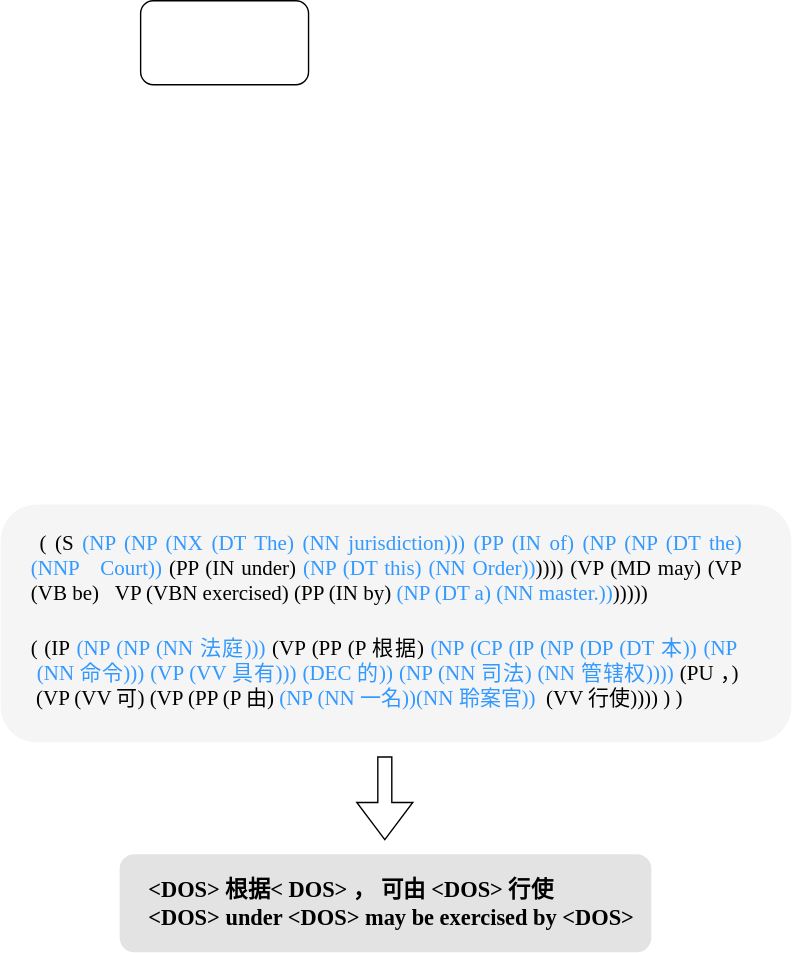
vicozee123/copyisallyouneed keeps this draw.io diagram as demo.drawio.svg. Above is the earlier version. Source tidied: cells renumbered, new cells last; positions are measured from the earlier drawing's top-left corner, leaving out a move shared by most shapes.
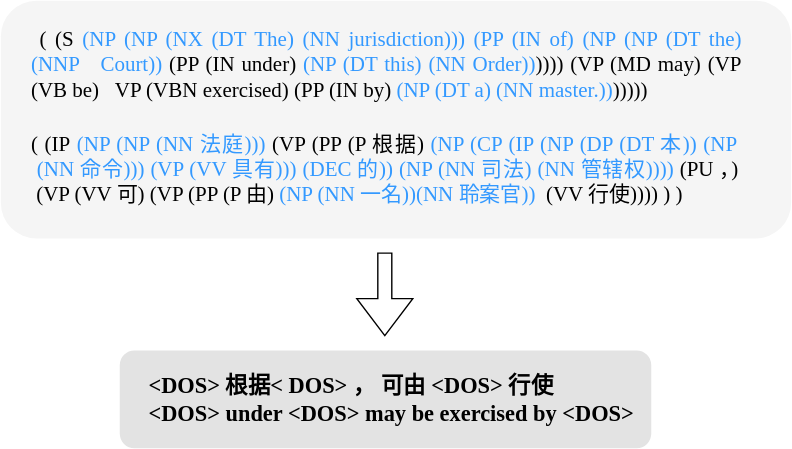
The same file after the commit.

The edit, as a diff of the source:
```diff
@@ -8,9 +8,6 @@
     <mxCell id="3" style="rounded=1;whiteSpace=wrap;html=1;fontFamily=Times New Roman;fontSize=17;fillColor=#f5f5f5;fontColor=#333333;strokeColor=none;" parent="1" vertex="1">
       <mxGeometry y="360" width="565" height="170" as="geometry" />
     </mxCell>
-    <mxCell id="4" style="rounded=1;whiteSpace=wrap;html=1;" parent="1" vertex="1">
-      <mxGeometry x="100" width="120" height="60" as="geometry" />
-    </mxCell>
     <mxCell id="5" value="&lt;div style=&quot;text-align: justify; font-size: 15px;&quot;&gt;&lt;span style=&quot;background-color: initial; color: rgb(0, 0, 0); font-size: 15px;&quot;&gt;&amp;nbsp;( (S&amp;nbsp;&lt;/span&gt;&lt;font style=&quot;background-color: initial; font-size: 15px;&quot; color=&quot;#3399ff&quot;&gt;(NP (NP (NX (DT The) (NN jurisdiction))) (PP (IN of) (NP (NP (DT the) (NNP&amp;nbsp; &amp;nbsp;Court))&lt;/font&gt;&lt;span style=&quot;background-color: initial; color: rgb(0, 0, 0); font-size: 15px;&quot;&gt;&amp;nbsp;(PP (IN under)&amp;nbsp;&lt;/span&gt;&lt;font style=&quot;background-color: initial; font-size: 15px;&quot; color=&quot;#3399ff&quot;&gt;(NP (DT this) (NN Order))&lt;/font&gt;&lt;span style=&quot;background-color: initial; color: rgb(0, 0, 0); font-size: 15px;&quot;&gt;)))) (VP (MD may) (VP (VB be)&amp;nbsp; &amp;nbsp;VP (VBN exercised) (PP (IN by)&amp;nbsp;&lt;/span&gt;&lt;font style=&quot;background-color: initial; font-size: 15px;&quot; color=&quot;#3399ff&quot;&gt;(NP (DT a) (NN master.))&lt;/font&gt;&lt;span style=&quot;background-color: initial; color: rgb(0, 0, 0); font-size: 15px;&quot;&gt;)))))&amp;nbsp;&lt;/span&gt;&lt;/div&gt;" style="text;html=1;strokeColor=none;fillColor=none;align=left;verticalAlign=middle;whiteSpace=wrap;rounded=0;fontFamily=Times New Roman;fontSize=15;fontColor=#3399FF;gradientColor=#ffffff;rotation=0;flipH=1;flipV=1;" parent="1" vertex="1">
       <mxGeometry x="20" y="370" width="510" height="70" as="geometry" />
     </mxCell>
```
